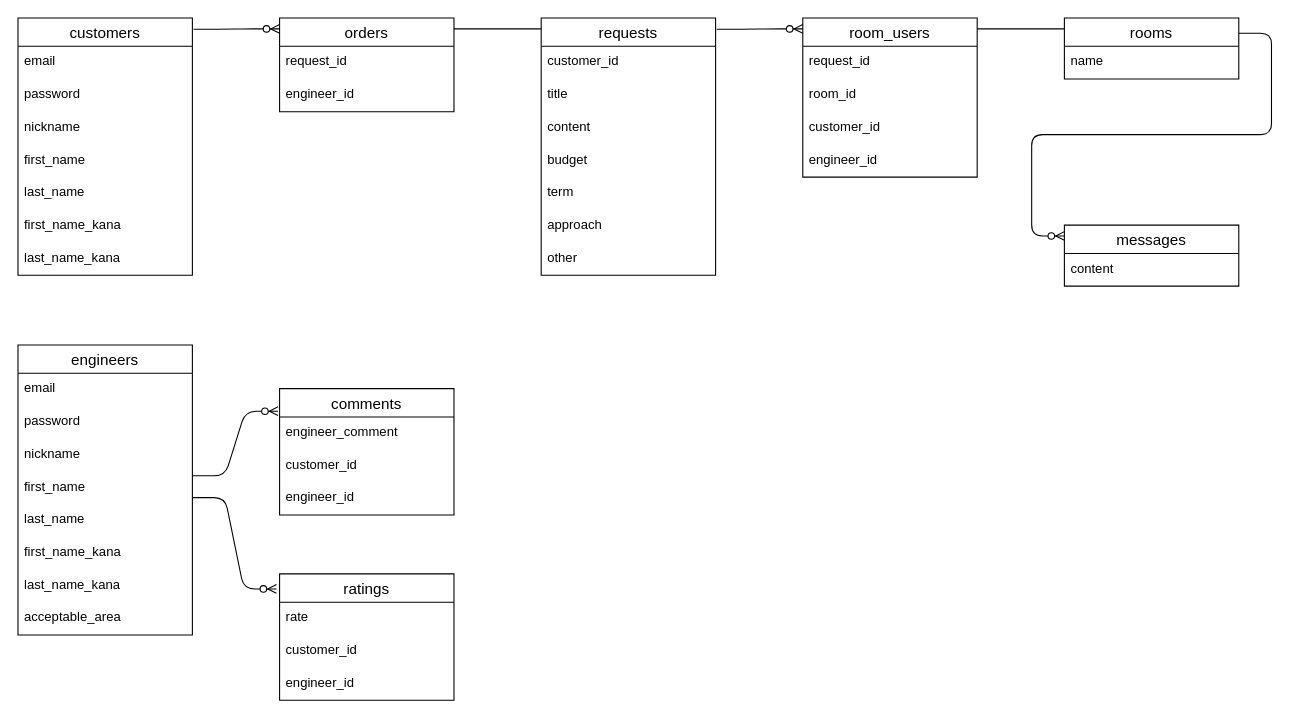
ikun2019/exece_bridge keeps this draw.io diagram as er.dio. Above is the earlier version. Source tidied: cells renumbered, new cells numbered last; positions are measured from the earlier drawing's top-left corner, leaving out a move shared by most shapes. Both pictures are drawn from the tidied source at 109%, with x=0, y=0 at pixel (17, 17).
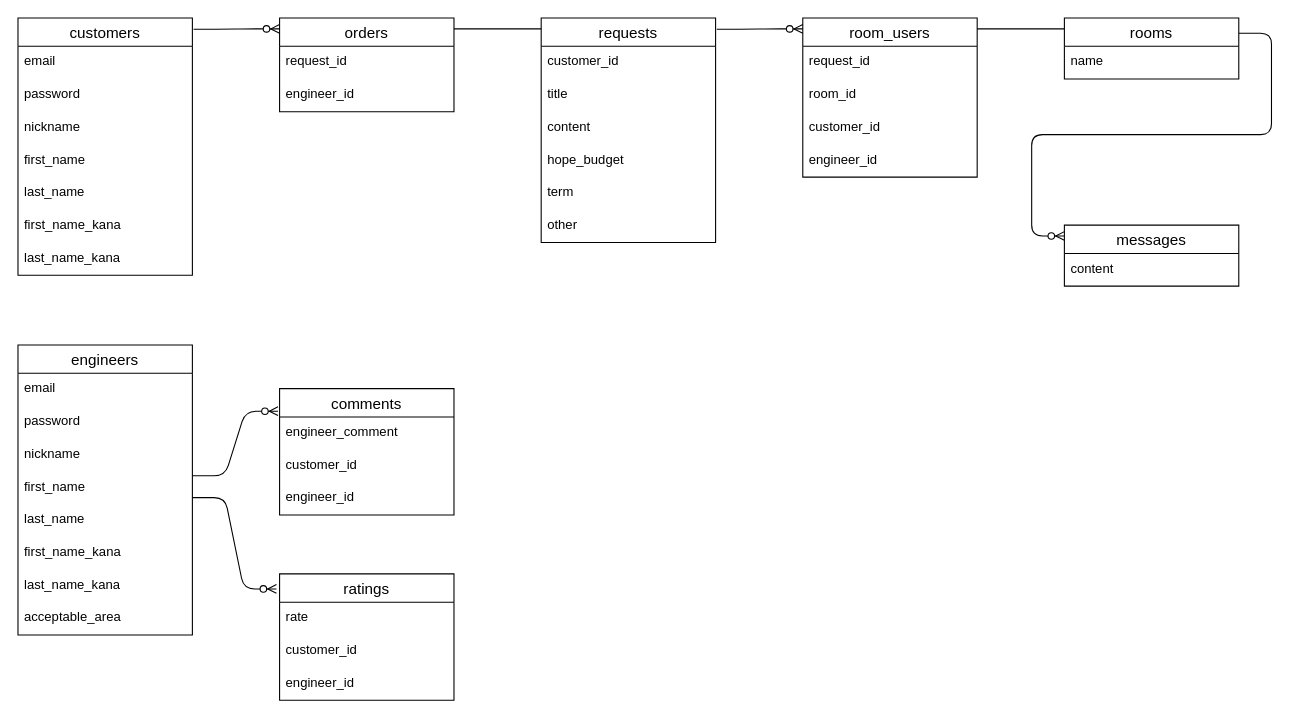
Above is the later version.

Change to the diagram source:
```diff
@@
     <mxCell id="29" value="requests" style="swimlane;fontStyle=0;horizontal=1;startSize=26;align=center;fontSize=14;" parent="1" vertex="1">
-      <mxGeometry x="480" width="160" height="236" as="geometry" />
+      <mxGeometry x="480" width="160" height="206" as="geometry" />
     </mxCell>
@@
-    <mxCell id="33" value="budget" style="text;strokeColor=none;fillColor=none;spacingLeft=4;spacingRight=4;overflow=hidden;fontSize=12;" parent="29" vertex="1">
+    <mxCell id="33" value="hope_budget" style="text;strokeColor=none;fillColor=none;spacingLeft=4;spacingRight=4;overflow=hidden;fontSize=12;" parent="29" vertex="1">
       <mxGeometry y="116" width="160" height="30" as="geometry" />
     </mxCell>
@@
-    <mxCell id="35" value="approach" style="text;strokeColor=none;fillColor=none;spacingLeft=4;spacingRight=4;overflow=hidden;fontSize=12;" parent="29" vertex="1">
-      <mxGeometry y="176" width="160" height="30" as="geometry" />
-    </mxCell>
     <mxCell id="36" value="other" style="text;strokeColor=none;fillColor=none;spacingLeft=4;spacingRight=4;overflow=hidden;fontSize=12;" parent="29" vertex="1">
-      <mxGeometry y="206" width="160" height="30" as="geometry" />
+      <mxGeometry y="176" width="160" height="30" as="geometry" />
     </mxCell>
```
